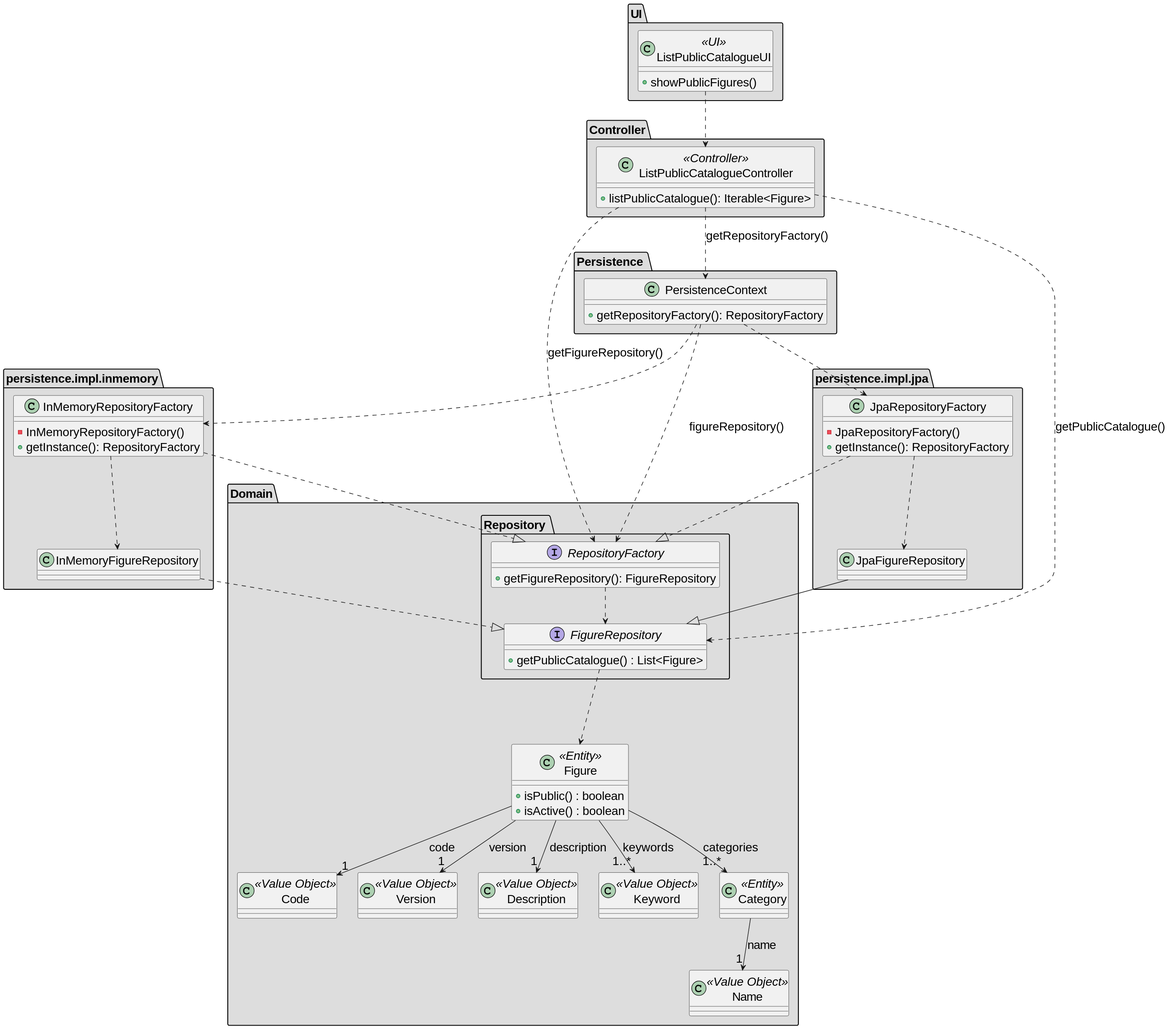
The PlantUML diagram docs/SPRINT_2/US231/images/class_diagram_us231.svg in diogoveirospro/sem4pi-2024-2025-sem4pi_2024_2025_g44, before a commit.
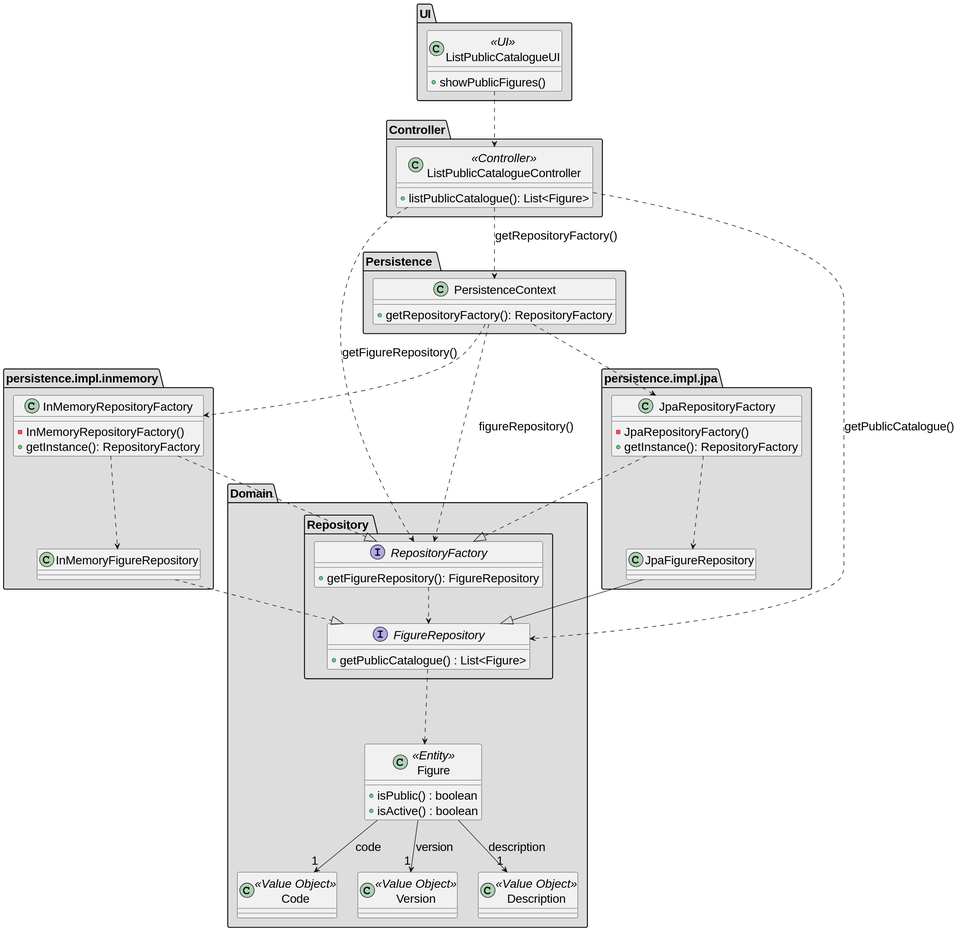
Above is the later version.

The edit, as a diff of the source:
```diff
@@ -57,15 +57,6 @@
     class Description <<Value Object>>{
     }
 
-    class Keyword <<Value Object>>{
-    }
-
-    class Category <<Entity>>{
-    }
-
-    class Name <<Value Object>>{
-    }
-
 }
 
 package "UI" #DDDDDD {
@@ -76,7 +67,7 @@
 
 package "Controller" #DDDDDD {
     class ListPublicCatalogueController <<Controller>> {
-        + listPublicCatalogue(): Iterable<Figure>
+        + listPublicCatalogue(): List<Figure>
     }
 }
 
@@ -103,13 +94,9 @@
     RepositoryFactory ..> FigureRepository
 
 
-    Figure --> "1..*" Keyword: keywords
     Figure --> "1" Code: code
     Figure --> "1" Version: version
     Figure --> "1" Description: description
-    Figure --> "1..*" Category: categories
-
-    Category --> "1" Name: name
 
 
     ListPublicCatalogueUI ..> ListPublicCatalogueController
```
